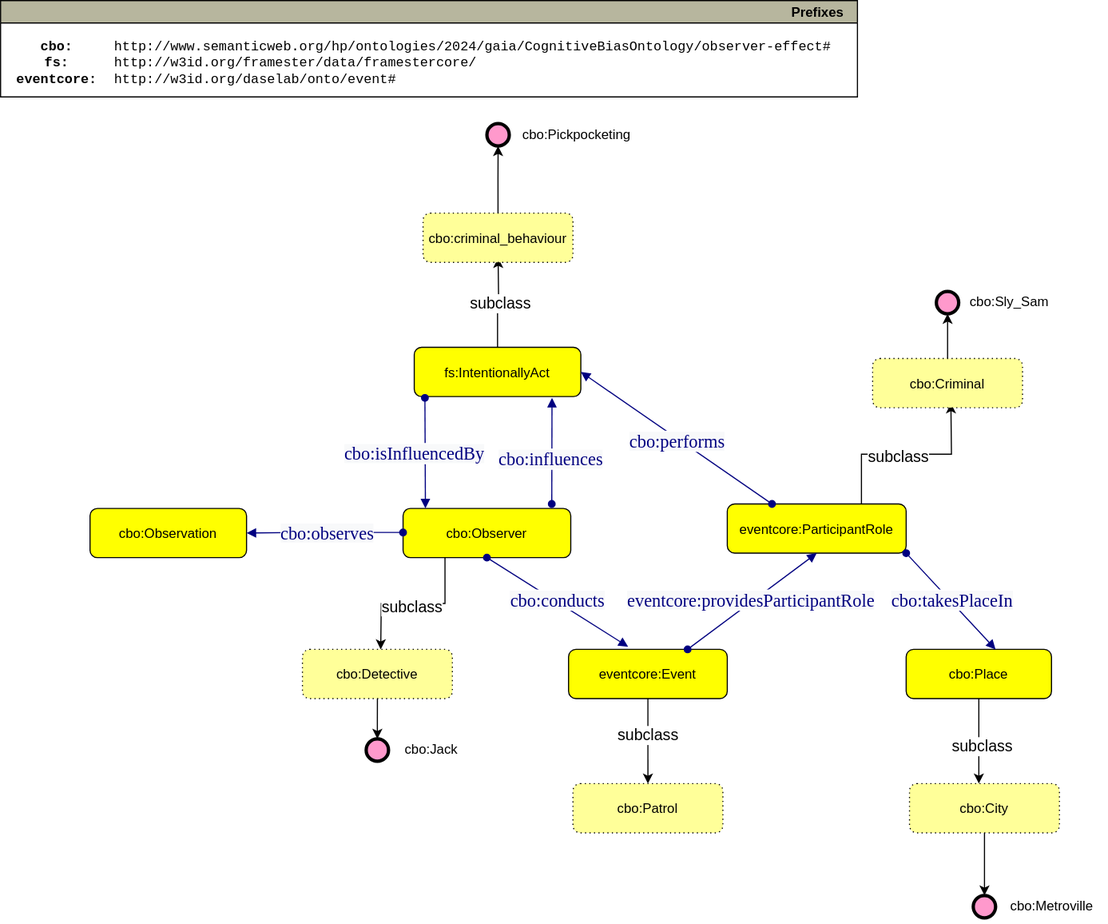
Above: uml ontologies/uml observer effect bias.svg in SleepingSteven/CognitiveBiasesOntology (draw.io), before the change. Source tidied: cells renumbered, new cells last; positions are measured from the earlier drawing's top-left corner, leaving out a move shared by most shapes.
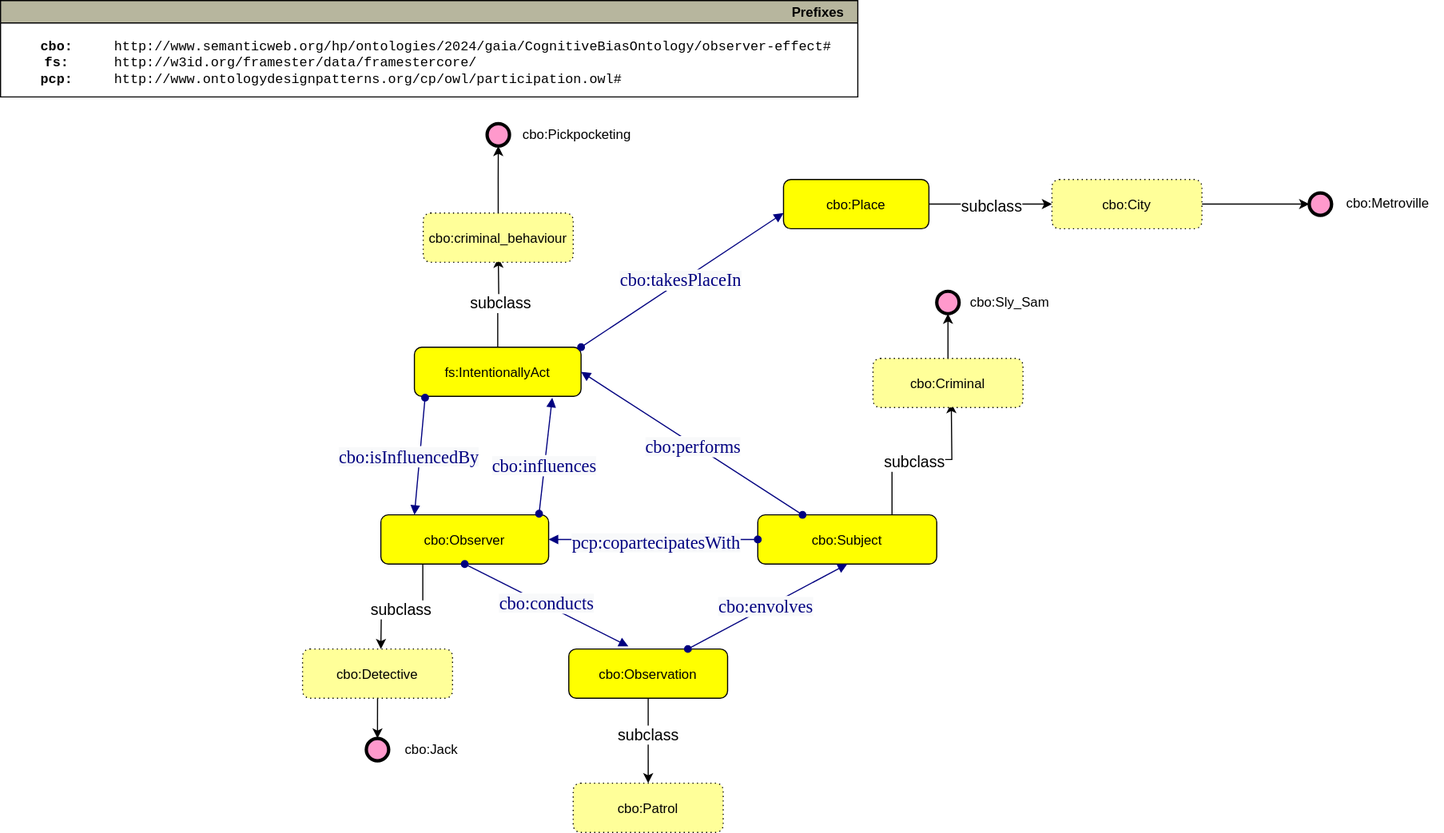
Later version of the same file.

What changed in the source:
```diff
@@ -12,12 +12,9 @@
         <mxPoint y="1" as="offset" />
       </mxGeometry>
     </mxCell>
-    <mxCell id="4" value="eventcore:ParticipantRole" style="graphMlID=n4;shape=rect;rounded=1;arcsize=30;fillColor=#ffff00;strokeColor=#000000;strokeWidth=1.0;" parent="1" vertex="1">
-      <mxGeometry x="650" y="450" width="160" height="44" as="geometry" />
+    <mxCell id="4" value="cbo:Subject" style="graphMlID=n4;shape=rect;rounded=1;arcsize=30;fillColor=#ffff00;strokeColor=#000000;strokeWidth=1.0;" parent="1" vertex="1">
+      <mxGeometry x="677" y="460" width="160" height="44" as="geometry" />
     </mxCell>
-    <mxCell id="5" value="cbo:Observation" style="graphMlID=n4;shape=rect;rounded=1;arcsize=30;fillColor=#ffff00;strokeColor=#000000;strokeWidth=1.0;" parent="1" vertex="1">
-      <mxGeometry x="80" y="454" width="140" height="44" as="geometry" />
-    </mxCell>
     <mxCell id="6" style="edgeStyle=orthogonalEdgeStyle;rounded=0;jettySize=auto;html=1;exitX=0.25;exitY=1;exitDx=0;exitDy=0;" parent="1" edge="1" source="8">
       <mxGeometry relative="1" as="geometry">
         <mxPoint x="340" y="580" as="targetPoint" />
@@ -27,7 +24,7 @@
       <mxGeometry x="0.03" y="2" relative="1" as="geometry" />
     </mxCell>
     <mxCell id="8" value="cbo:Observer" style="graphMlID=n4;shape=rect;rounded=1;arcsize=30;fillColor=#ffff00;strokeColor=#000000;strokeWidth=1.0;" parent="1" vertex="1">
-      <mxGeometry x="360" y="454" width="150" height="44" as="geometry" />
+      <mxGeometry x="340" y="460" width="150" height="44" as="geometry" />
     </mxCell>
     <mxCell id="9" style="edgeStyle=orthogonalEdgeStyle;rounded=0;jettySize=auto;html=1;exitX=0.5;exitY=0;exitDx=0;exitDy=0;" parent="1" edge="1" source="11">
       <mxGeometry relative="1" as="geometry">
@@ -48,19 +45,17 @@
     <mxCell id="13" value="&lt;span style=&quot;font-size: 14px;&quot;&gt;subclass&lt;/span&gt;" style="edgeLabel;html=1;align=center;verticalAlign=middle;" parent="12" vertex="1">
       <mxGeometry x="-0.15" y="-1" relative="1" as="geometry" />
     </mxCell>
-    <mxCell id="14" value="eventcore:Event" style="graphMlID=n4;shape=rect;rounded=1;arcsize=30;fillColor=#ffff00;strokeColor=#000000;strokeWidth=1.0;" parent="1" vertex="1">
+    <mxCell id="14" value="cbo:Observation" style="graphMlID=n4;shape=rect;rounded=1;arcsize=30;fillColor=#ffff00;strokeColor=#000000;strokeWidth=1.0;" parent="1" vertex="1">
       <mxGeometry x="508" y="580" width="142" height="44" as="geometry" />
     </mxCell>
-    <mxCell id="15" style="edgeStyle=orthogonalEdgeStyle;rounded=0;jettySize=auto;html=1;exitX=0.5;exitY=1;exitDx=0;exitDy=0;" parent="1" edge="1" source="17">
-      <mxGeometry relative="1" as="geometry">
-        <mxPoint x="875" y="700" as="targetPoint" />
-      </mxGeometry>
-    </mxCell>
+    <mxCell id="52" style="edgeStyle=orthogonalEdgeStyle;rounded=0;jettySize=auto;html=1;exitX=1;exitY=0.5;exitDx=0;exitDy=0;entryX=0;entryY=0.5;entryDx=0;entryDy=0;" parent="1" edge="1" source="17" target="46">
+      <mxGeometry relative="1" as="geometry" />
+    </mxCell>
-    <mxCell id="16" value="&lt;span style=&quot;font-size: 14px;&quot;&gt;subclass&lt;/span&gt;" style="edgeLabel;html=1;align=center;verticalAlign=middle;" parent="15" vertex="1">
-      <mxGeometry x="0.13" y="2" relative="1" as="geometry" />
+    <mxCell id="16" value="&lt;span style=&quot;font-size: 14px;&quot;&gt;subclass&lt;/span&gt;" style="edgeLabel;html=1;align=center;verticalAlign=middle;" parent="52" vertex="1">
+      <mxGeometry x="-0.01" y="-1" relative="1" as="geometry" />
     </mxCell>
     <mxCell id="17" value="cbo:Place" style="graphMlID=n4;shape=rect;rounded=1;arcsize=30;fillColor=#ffff00;strokeColor=#000000;strokeWidth=1.0;" parent="1" vertex="1">
-      <mxGeometry x="810" y="580" width="130" height="44" as="geometry" />
+      <mxGeometry x="700" y="160" width="130" height="44" as="geometry" />
     </mxCell>
     <mxCell id="18" style="graphMlID=e0;rounded=0;endArrow=block;strokeColor=#000080;strokeWidth=1.0;startArrow=oval;startFill=1;endFill=1;exitX=0.25;exitY=0;exitDx=0;exitDy=0;entryX=1;entryY=0.5;entryDx=0;entryDy=0;" parent="1" edge="1" source="4" target="11">
       <mxGeometry relative="1" as="geometry" />
@@ -68,20 +63,16 @@
     <mxCell id="19" value="&lt;font face=&quot;dialog&quot; color=&quot;#000080&quot;&gt;&lt;span style=&quot;font-size: 16px; background-color: rgb(248, 249, 250);&quot;&gt;cbo:performs&lt;/span&gt;&lt;/font&gt;" style="text;html=1;align=center;verticalAlign=middle;labelBackgroundColor=#ffffff;" parent="18" vertex="1">
       <mxGeometry x="-0.02" y="2" relative="1" as="geometry" />
     </mxCell>
-    <mxCell id="20" style="graphMlID=e0;rounded=0;endArrow=block;strokeColor=#000080;strokeWidth=1.0;startArrow=oval;startFill=1;endFill=1;entryX=0.323;entryY=-0.045;entryDx=0;entryDy=0;entryPerimeter=0;exitX=0.064;exitY=1.027;exitDx=0;exitDy=0;exitPerimeter=0;" parent="1" edge="1" source="11">
-      <mxGeometry relative="1" as="geometry">
-        <mxPoint x="380" y="454" as="targetPoint" />
-      </mxGeometry>
+    <mxCell id="20" style="graphMlID=e0;rounded=0;endArrow=block;strokeColor=#000080;strokeWidth=1.0;startArrow=oval;startFill=1;endFill=1;entryX=0.2;entryY=0;entryDx=0;entryDy=0;entryPerimeter=0;exitX=0.064;exitY=1.027;exitDx=0;exitDy=0;exitPerimeter=0;" parent="1" edge="1" source="11" target="8">
+      <mxGeometry relative="1" as="geometry" />
     </mxCell>
     <mxCell id="21" value="&lt;font face=&quot;dialog&quot; color=&quot;#000080&quot;&gt;&lt;span style=&quot;font-size: 16px; background-color: rgb(248, 249, 250);&quot;&gt;cbo:isInfluencedBy&lt;/span&gt;&lt;/font&gt;" style="text;html=1;align=center;verticalAlign=middle;labelBackgroundColor=#ffffff;" parent="20" vertex="1">
       <mxGeometry x="-0.02" y="2" relative="1" as="geometry">
         <mxPoint x="-12" as="offset" />
       </mxGeometry>
     </mxCell>
-    <mxCell id="22" style="graphMlID=e0;rounded=0;endArrow=block;strokeColor=#000080;strokeWidth=1.0;startArrow=oval;startFill=1;endFill=1;entryX=0.827;entryY=1.027;entryDx=0;entryDy=0;entryPerimeter=0;" parent="1" edge="1" target="11">
-      <mxGeometry relative="1" as="geometry">
-        <mxPoint x="493" y="450" as="sourcePoint" />
-      </mxGeometry>
+    <mxCell id="22" style="graphMlID=e0;rounded=0;endArrow=block;strokeColor=#000080;strokeWidth=1.0;startArrow=oval;startFill=1;endFill=1;entryX=0.827;entryY=1.027;entryDx=0;entryDy=0;entryPerimeter=0;exitX=0.943;exitY=-0.023;exitDx=0;exitDy=0;exitPerimeter=0;" parent="1" edge="1" source="8" target="11">
+      <mxGeometry relative="1" as="geometry" />
     </mxCell>
     <mxCell id="23" value="&lt;font face=&quot;dialog&quot; color=&quot;#000080&quot;&gt;&lt;span style=&quot;font-size: 16px; background-color: rgb(248, 249, 250);&quot;&gt;cbo:influences&lt;/span&gt;&lt;/font&gt;" style="text;html=1;align=center;verticalAlign=middle;labelBackgroundColor=#ffffff;" parent="22" vertex="1">
       <mxGeometry x="-0.02" y="2" relative="1" as="geometry">
@@ -94,27 +85,16 @@
     <mxCell id="25" value="&lt;font face=&quot;dialog&quot; color=&quot;#000080&quot;&gt;&lt;span style=&quot;font-size: 16px; background-color: rgb(248, 249, 250);&quot;&gt;cbo:conducts&lt;/span&gt;&lt;/font&gt;" style="text;html=1;align=center;verticalAlign=middle;labelBackgroundColor=#ffffff;" parent="24" vertex="1">
       <mxGeometry x="-0.02" y="2" relative="1" as="geometry" />
     </mxCell>
-    <mxCell id="26" style="graphMlID=e0;rounded=0;endArrow=block;strokeColor=#000080;strokeWidth=1.0;startArrow=oval;startFill=1;endFill=1;entryX=1;entryY=0.5;entryDx=0;entryDy=0;" parent="1" edge="1" target="5">
-      <mxGeometry relative="1" as="geometry">
-        <mxPoint x="360" y="475.5" as="sourcePoint" />
-        <Array as="points">
-          <mxPoint x="270" y="475.5" />
-        </Array>
-      </mxGeometry>
-    </mxCell>
-    <mxCell id="27" value="&lt;font face=&quot;dialog&quot; color=&quot;#000080&quot;&gt;&lt;span style=&quot;font-size: 16px; background-color: rgb(248, 249, 250);&quot;&gt;cbo:observes&lt;/span&gt;&lt;/font&gt;" style="text;html=1;align=center;verticalAlign=middle;labelBackgroundColor=#ffffff;" parent="26" vertex="1">
-      <mxGeometry x="-0.02" y="2" relative="1" as="geometry">
-        <mxPoint y="-2" as="offset" />
-      </mxGeometry>
-    </mxCell>
     <mxCell id="28" style="graphMlID=e0;rounded=0;endArrow=block;strokeColor=#000080;strokeWidth=1.0;startArrow=oval;startFill=1;endFill=1;exitX=0.75;exitY=0;exitDx=0;exitDy=0;entryX=0.5;entryY=1;entryDx=0;entryDy=0;" parent="1" edge="1" source="14" target="4">
       <mxGeometry relative="1" as="geometry" />
     </mxCell>
-    <mxCell id="29" value="&lt;font face=&quot;dialog&quot; color=&quot;#000080&quot;&gt;&lt;span style=&quot;font-size: 16px; background-color: rgb(248, 249, 250);&quot;&gt;eventcore:providesParticipantRole&lt;/span&gt;&lt;/font&gt;" style="text;html=1;align=center;verticalAlign=middle;labelBackgroundColor=#ffffff;" parent="28" vertex="1">
+    <mxCell id="29" value="&lt;font face=&quot;dialog&quot; color=&quot;#000080&quot;&gt;&lt;span style=&quot;font-size: 16px; background-color: rgb(248, 249, 250);&quot;&gt;cbo:envolves&lt;/span&gt;&lt;/font&gt;" style="text;html=1;align=center;verticalAlign=middle;labelBackgroundColor=#ffffff;" parent="28" vertex="1">
       <mxGeometry x="-0.02" y="2" relative="1" as="geometry" />
     </mxCell>
-    <mxCell id="30" style="graphMlID=e0;rounded=0;endArrow=block;strokeColor=#000080;strokeWidth=1.0;startArrow=oval;startFill=1;endFill=1;exitX=1;exitY=1;exitDx=0;exitDy=0;entryX=0.615;entryY=0;entryDx=0;entryDy=0;entryPerimeter=0;" parent="1" edge="1" source="4" target="17">
-      <mxGeometry relative="1" as="geometry" />
+    <mxCell id="30" style="graphMlID=e0;rounded=0;endArrow=block;strokeColor=#000080;strokeWidth=1.0;startArrow=oval;startFill=1;endFill=1;exitX=1;exitY=0;exitDx=0;exitDy=0;" parent="1" edge="1" source="11">
+      <mxGeometry relative="1" as="geometry">
+        <mxPoint x="700" y="190" as="targetPoint" />
+      </mxGeometry>
     </mxCell>
     <mxCell id="31" value="&lt;font face=&quot;dialog&quot; color=&quot;#000080&quot;&gt;&lt;span style=&quot;font-size: 16px; background-color: rgb(248, 249, 250);&quot;&gt;cbo:takesPlaceIn&lt;/span&gt;&lt;/font&gt;" style="text;html=1;align=center;verticalAlign=middle;labelBackgroundColor=#ffffff;" parent="30" vertex="1">
       <mxGeometry x="-0.02" y="2" relative="1" as="geometry" />
@@ -158,26 +138,32 @@
     <mxCell id="44" value="cbo:Sly_Sam" style="text;html=1;align=center;verticalAlign=middle;strokeColor=none;fillColor=none;" parent="1" vertex="1">
       <mxGeometry x="857" y="255" width="90" height="30" as="geometry" />
     </mxCell>
-    <mxCell id="45" style="edgeStyle=orthogonalEdgeStyle;rounded=0;jettySize=auto;html=1;exitX=0.5;exitY=1;exitDx=0;exitDy=0;" parent="1" edge="1" source="46" target="47">
-      <mxGeometry relative="1" as="geometry" />
-    </mxCell>
+    <mxCell id="53" style="edgeStyle=orthogonalEdgeStyle;rounded=0;jettySize=auto;html=1;exitX=1;exitY=0.5;exitDx=0;exitDy=0;" parent="1" edge="1" source="46" target="54">
+      <mxGeometry relative="1" as="geometry" />
+    </mxCell>
     <mxCell id="46" value="cbo:City" style="graphMlID=n5;shape=rect;rounded=1;arcsize=30;fillColor=#ffff99;strokeColor=#000000;strokeWidth=1.0;dashed=1;dashPattern=1 3;" parent="1" vertex="1">
-      <mxGeometry x="813" y="700" width="134.1" height="44" as="geometry" />
+      <mxGeometry x="940" y="160" width="134.1" height="44" as="geometry" />
     </mxCell>
-    <mxCell id="47" style="graphMlID=n9;shape=ellipse;fillColor=#ff99cc;strokeColor=#000000;strokeWidth=3.0;verticalAlign=middle;labelPosition=right;verticalLabelPosition=middle;align=left;spacingRight=1;spacing=17;" parent="1" vertex="1">
-      <mxGeometry x="870" y="800" width="20" height="20" as="geometry" />
-    </mxCell>
     <mxCell id="48" value="cbo:Metroville" style="text;html=1;align=center;verticalAlign=middle;strokeColor=none;fillColor=none;" parent="1" vertex="1">
-      <mxGeometry x="890" y="795" width="100" height="30" as="geometry" />
+      <mxGeometry x="1190" y="167" width="100" height="30" as="geometry" />
     </mxCell>
     <mxCell id="49" value="Prefixes" style="graphMlID=n0;shape=swimlane;startSize=20;fillColor=#b7b69e;strokeColor=#000000;strokeWidth=1.0;align=right;spacingRight=10;fontStyle=1;" parent="1" vertex="1">
       <mxGeometry width="766.4" height="86.1" as="geometry" />
     </mxCell>
-    <mxCell id="50" value="&lt;b&gt;cbo:&lt;br&gt;fs:&lt;br&gt;eventcore:&lt;/b&gt;" style="text;html=1;align=center;verticalAlign=middle;fontFamily=Courier New;" parent="49" vertex="1">
-      <mxGeometry y="26.1" width="100" height="60" as="geometry" />
+    <mxCell id="50" value="&lt;b&gt;cbo:&lt;br&gt;fs:&lt;br&gt;pcp:&lt;/b&gt;" style="text;html=1;align=center;verticalAlign=middle;fontFamily=Courier New;" parent="49" vertex="1">
+      <mxGeometry x="25" y="26.1" width="50" height="60" as="geometry" />
     </mxCell>
-    <mxCell id="51" value="http://www.semanticweb.org/hp/ontologies/2024/gaia/CognitiveBiasOntology/observer-effect#&lt;br&gt;http://w3id.org/framester/data/framestercore/&lt;br&gt;http://w3id.org/daselab/onto/event#" style="text;html=1;align=left;verticalAlign=middle;fontFamily=Courier New;" parent="49" vertex="1">
+    <mxCell id="51" value="http://www.semanticweb.org/hp/ontologies/2024/gaia/CognitiveBiasOntology/observer-effect#&lt;br&gt;http://w3id.org/framester/data/framestercore/&lt;br&gt;http://www.ontologydesignpatterns.org/cp/owl/participation.owl#" style="text;html=1;align=left;verticalAlign=middle;fontFamily=Courier New;" parent="49" vertex="1">
       <mxGeometry x="100" y="26.1" width="660" height="60" as="geometry" />
     </mxCell>
+    <mxCell id="54" style="graphMlID=n9;shape=ellipse;fillColor=#ff99cc;strokeColor=#000000;strokeWidth=3.0;verticalAlign=middle;labelPosition=right;verticalLabelPosition=middle;align=left;spacingRight=1;spacing=17;" parent="1" vertex="1">
+      <mxGeometry x="1170" y="172" width="20" height="20" as="geometry" />
+    </mxCell>
+    <mxCell id="55" style="graphMlID=e0;rounded=0;endArrow=block;strokeColor=#000080;strokeWidth=1.0;startArrow=oval;startFill=1;endFill=1;entryX=1;entryY=0.5;entryDx=0;entryDy=0;exitX=0;exitY=0.5;exitDx=0;exitDy=0;" parent="1" edge="1" source="4" target="8">
+      <mxGeometry relative="1" as="geometry" />
+    </mxCell>
+    <mxCell id="56" value="&lt;font face=&quot;dialog&quot; color=&quot;#000080&quot;&gt;&lt;span style=&quot;font-size: 16px; background-color: rgb(248, 249, 250);&quot;&gt;pcp:copartecipatesWith&lt;/span&gt;&lt;/font&gt;" style="text;html=1;align=center;verticalAlign=middle;labelBackgroundColor=#ffffff;" parent="55" vertex="1">
+      <mxGeometry x="-0.02" y="2" relative="1" as="geometry" />
+    </mxCell>
   </root>
 </mxGraphModel>
```
